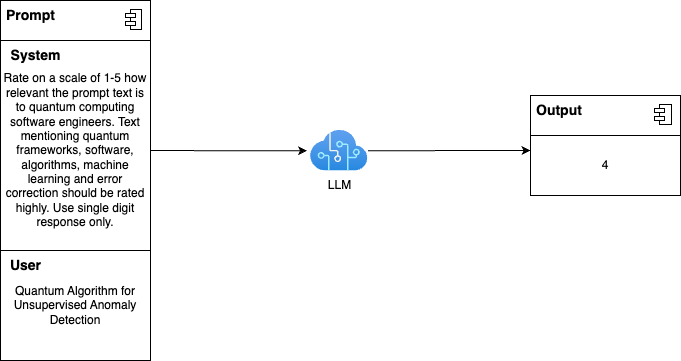
filipw/filipw.github.io keeps this draw.io diagram as azurebootcamp-2024/graphics/customization1.drawio.png. Above is the earlier version. Source tidied: cells renumbered, new cells last; positions are measured from the earlier drawing's top-left corner, leaving out a move shared by most shapes. Its diagram source:
```xml
<mxGraphModel>
  <root>
    <mxCell id="0" />
    <mxCell id="1" parent="0" />
    <mxCell id="2" style="fontStyle=1;align=center;verticalAlign=top;horizontal=1;" parent="1" vertex="1">
      <mxGeometry width="150" height="40" as="geometry" />
    </mxCell>
    <mxCell id="3" value="&lt;font style=&quot;font-size: 14px;&quot;&gt;&lt;b&gt;Prompt&lt;/b&gt;&lt;/font&gt;" style="html=1;align=left;spacingLeft=4;verticalAlign=top;strokeColor=none;fillColor=none;" parent="2" vertex="1">
      <mxGeometry width="150" height="40" as="geometry" />
    </mxCell>
    <mxCell id="4" style="shape=module;jettyWidth=10;jettyHeight=4;" parent="3" vertex="1">
      <mxGeometry x="1" width="16" height="20" relative="1" as="geometry">
        <mxPoint x="-25" y="9" as="offset" />
      </mxGeometry>
    </mxCell>
    <mxCell id="5" style="edgeStyle=none;html=1;entryX=-0.062;entryY=0.5;entryDx=0;entryDy=0;entryPerimeter=0;fontSize=14;" parent="1" edge="1" source="6" target="11">
      <mxGeometry relative="1" as="geometry" />
    </mxCell>
    <mxCell id="6" value="&lt;div style=&quot;border-color: var(--border-color);&quot;&gt;Rate on a scale of 1-5 how relevant the prompt text is to quantum computing software engineers. Text mentioning quantum frameworks, software, algorithms, machine learning and error correction should be rated highly. Use single digit response only.&lt;br&gt;&lt;/div&gt;" style="rounded=0;whiteSpace=wrap;html=1;" parent="1" vertex="1">
      <mxGeometry y="40" width="150" height="220" as="geometry" />
    </mxCell>
    <mxCell id="7" value="&lt;div style=&quot;border-color: var(--border-color);&quot;&gt;Quantum Algorithm for Unsupervised Anomaly Detection&lt;br&gt;&lt;/div&gt;" style="rounded=0;whiteSpace=wrap;html=1;" parent="1" vertex="1">
      <mxGeometry y="250" width="150" height="110" as="geometry" />
    </mxCell>
    <mxCell id="8" value="&lt;b&gt;&lt;font style=&quot;font-size: 14px;&quot;&gt;System&lt;/font&gt;&lt;/b&gt;" style="text;html=1;align=center;verticalAlign=middle;strokeColor=none;fillColor=none;" parent="1" vertex="1">
      <mxGeometry y="40" width="70" height="30" as="geometry" />
    </mxCell>
    <mxCell id="9" value="&lt;b&gt;&lt;font style=&quot;font-size: 14px;&quot;&gt;User&lt;/font&gt;&lt;/b&gt;" style="text;html=1;align=center;verticalAlign=middle;strokeColor=none;fillColor=none;" parent="1" vertex="1">
      <mxGeometry y="250" width="50" height="30" as="geometry" />
    </mxCell>
    <mxCell id="10" style="edgeStyle=none;html=1;entryX=0;entryY=0.25;entryDx=0;entryDy=0;fontSize=14;" parent="1" edge="1" source="11" target="15">
      <mxGeometry relative="1" as="geometry" />
    </mxCell>
    <mxCell id="11" value="LLM" style="html=1;points=[];align=center;image;fontSize=12;image=img/lib/azure2/ai_machine_learning/Cognitive_Services.svg;" parent="1" vertex="1">
      <mxGeometry x="310" y="130" width="57.4" height="40.5" as="geometry" />
    </mxCell>
    <mxCell id="12" style="fontStyle=1;align=center;verticalAlign=top;horizontal=1;" parent="1" vertex="1">
      <mxGeometry x="530" y="95" width="150" height="40" as="geometry" />
    </mxCell>
    <mxCell id="13" value="&lt;font style=&quot;font-size: 14px;&quot;&gt;&lt;b&gt;Output&lt;/b&gt;&lt;/font&gt;" style="html=1;align=left;spacingLeft=4;verticalAlign=top;strokeColor=none;fillColor=none;" parent="12" vertex="1">
      <mxGeometry width="150" height="40" as="geometry" />
    </mxCell>
    <mxCell id="14" style="shape=module;jettyWidth=10;jettyHeight=4;" parent="13" vertex="1">
      <mxGeometry x="1" width="17" height="20" relative="1" as="geometry">
        <mxPoint x="-26" y="9" as="offset" />
      </mxGeometry>
    </mxCell>
    <mxCell id="15" value="&lt;div style=&quot;border-color: var(--border-color);&quot;&gt;4&lt;br&gt;&lt;/div&gt;" style="rounded=0;whiteSpace=wrap;html=1;" parent="1" vertex="1">
      <mxGeometry x="530" y="135" width="150" height="60" as="geometry" />
    </mxCell>
  </root>
</mxGraphModel>
```
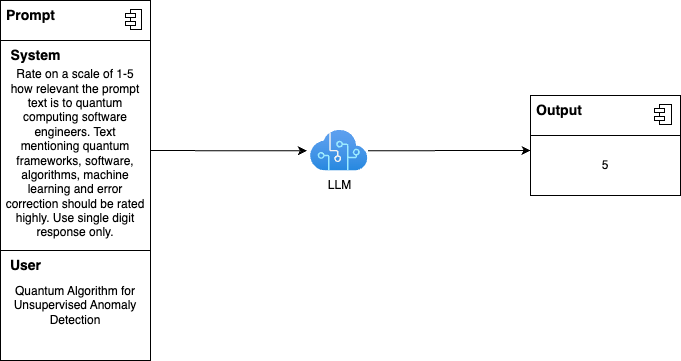
After the change.

What changed in the source:
```diff
@@ -16,7 +16,7 @@
     <mxCell id="5" style="edgeStyle=none;html=1;entryX=-0.062;entryY=0.5;entryDx=0;entryDy=0;entryPerimeter=0;fontSize=14;" parent="1" edge="1" source="6" target="11">
       <mxGeometry relative="1" as="geometry" />
     </mxCell>
-    <mxCell id="6" value="&lt;div style=&quot;border-color: var(--border-color);&quot;&gt;Rate on a scale of 1-5 how relevant the prompt text is to quantum computing software engineers. Text mentioning quantum frameworks, software, algorithms, machine learning and error correction should be rated highly. Use single digit response only.&lt;br&gt;&lt;/div&gt;" style="rounded=0;whiteSpace=wrap;html=1;" parent="1" vertex="1">
+    <mxCell id="6" value="&lt;div style=&quot;border-color: var(--border-color);&quot;&gt;Rate on a scale of 1-5 how relevant the prompt text is to quantum computing software engineers. Text mentioning quantum frameworks, software, algorithms, machine learning and error correction should be rated highly. Use single digit response only.&lt;br&gt;&lt;/div&gt;" style="rounded=0;whiteSpace=wrap;html=1;spacingLeft=3;spacingRight=3;spacingTop=6;" parent="1" vertex="1">
       <mxGeometry y="40" width="150" height="220" as="geometry" />
     </mxCell>
     <mxCell id="7" value="&lt;div style=&quot;border-color: var(--border-color);&quot;&gt;Quantum Algorithm for Unsupervised Anomaly Detection&lt;br&gt;&lt;/div&gt;" style="rounded=0;whiteSpace=wrap;html=1;" parent="1" vertex="1">
@@ -45,7 +45,7 @@
         <mxPoint x="-26" y="9" as="offset" />
       </mxGeometry>
     </mxCell>
-    <mxCell id="15" value="&lt;div style=&quot;border-color: var(--border-color);&quot;&gt;4&lt;br&gt;&lt;/div&gt;" style="rounded=0;whiteSpace=wrap;html=1;" parent="1" vertex="1">
+    <mxCell id="15" value="&lt;div style=&quot;border-color: var(--border-color);&quot;&gt;5&lt;br&gt;&lt;/div&gt;" style="rounded=0;whiteSpace=wrap;html=1;" parent="1" vertex="1">
       <mxGeometry x="530" y="135" width="150" height="60" as="geometry" />
     </mxCell>
   </root>
```
